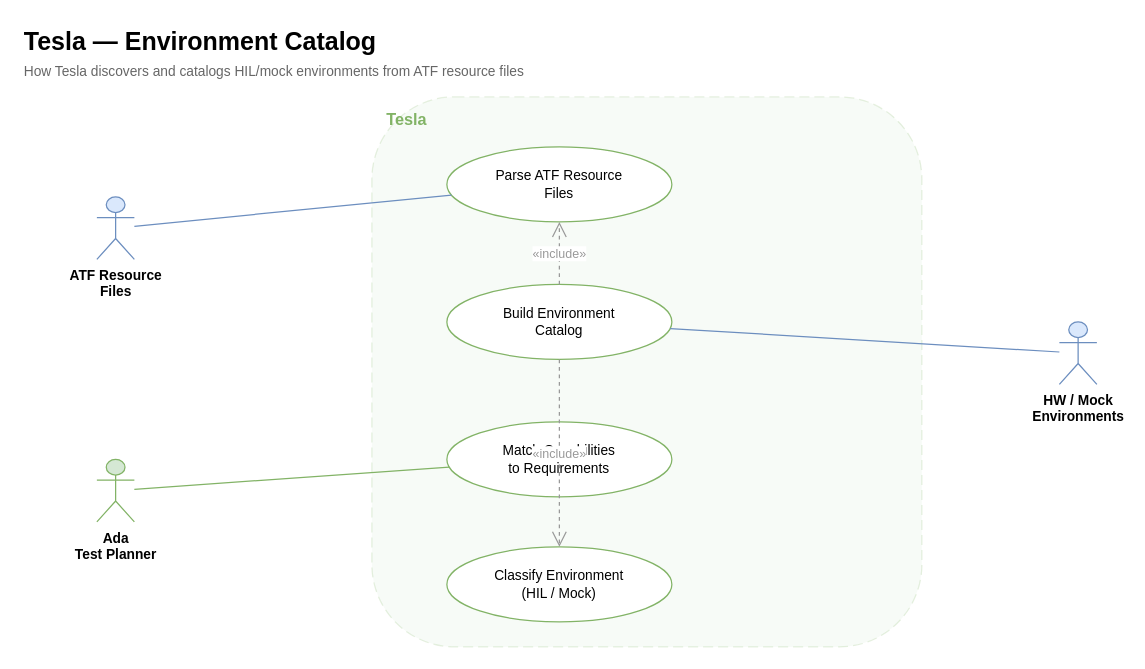
jmac-cornelis/agent-workforce keeps this draw.io diagram as page "1 — Environment Catalog" (1 of 4) of docs/diagrams/workforce/TESLA_USE_CASE.drawio. Above is the earlier version. Source tidied: cells renumbered, new cells numbered last; positions are measured from the earlier drawing's top-left corner, leaving out a move shared by most shapes. Both pictures are drawn from the tidied source at 125%, with x=0, y=0 at pixel (21, 21).
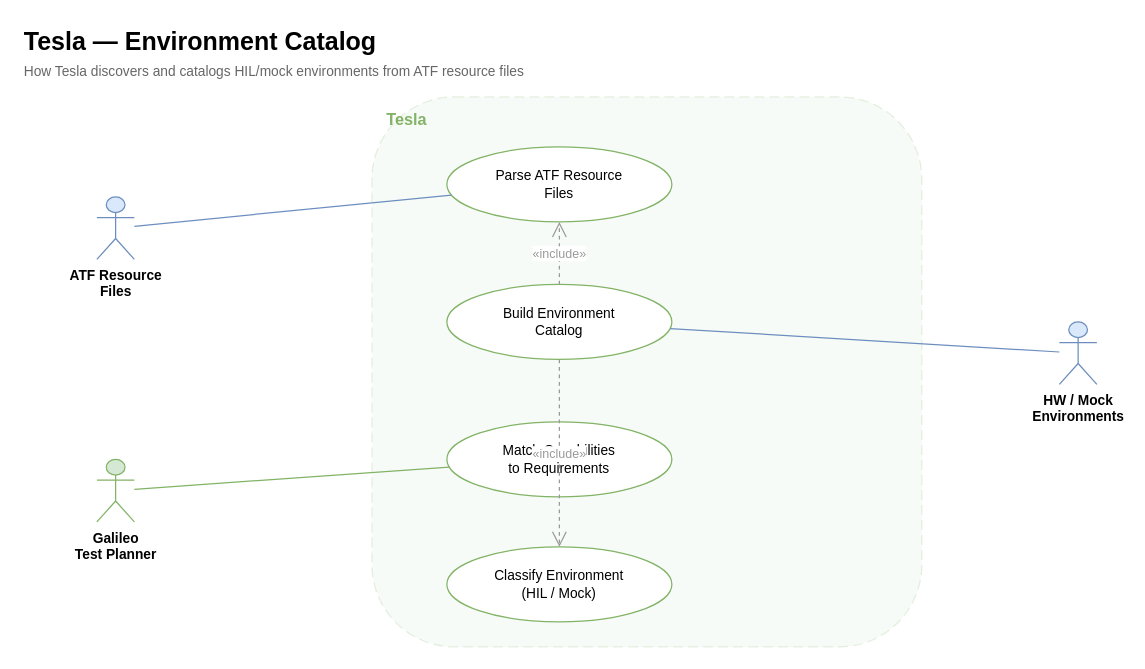
After the change.

Diff of the diagram source:
```diff
@@
 <mxGraphModel>
   <root>
     <mxCell id="0" />
     <mxCell id="1" parent="0" />
     <mxCell id="2" value="Tesla — Environment Catalog" style="text;html=1;strokeColor=none;fillColor=none;align=left;verticalAlign=middle;fontSize=20;fontStyle=1;" parent="1" vertex="1">
       <mxGeometry width="400" height="30" as="geometry" />
     </mxCell>
     <mxCell id="3" value="How Tesla discovers and catalogs HIL/mock environments from ATF resource files" style="text;html=1;strokeColor=none;fillColor=none;align=left;verticalAlign=middle;fontSize=11;fontColor=#666666;" parent="1" vertex="1">
       <mxGeometry y="30" width="550" height="20" as="geometry" />
     </mxCell>
     <mxCell id="4" style="rounded=1;whiteSpace=wrap;html=1;fillColor=#d5e8d4;strokeColor=#82b366;opacity=20;dashed=1;dashPattern=8 4;" parent="1" vertex="1">
       <mxGeometry x="280" y="60" width="440" height="440" as="geometry" />
     </mxCell>
     <mxCell id="5" value="Tesla" style="text;html=1;strokeColor=none;fillColor=none;align=left;verticalAlign=middle;fontSize=13;fontStyle=1;fontColor=#82b366;" parent="1" vertex="1">
       <mxGeometry x="290" y="65" width="120" height="25" as="geometry" />
     </mxCell>
     <mxCell id="6" value="ATF Resource&lt;br&gt;Files" style="shape=umlActor;verticalLabelPosition=bottom;verticalAlign=top;html=1;outlineConnect=0;fontSize=11;fontStyle=1;fillColor=#dae8fc;strokeColor=#6c8ebf;" parent="1" vertex="1">
       <mxGeometry x="60" y="140" width="30" height="50" as="geometry" />
     </mxCell>
-    <mxCell id="7" value="Ada&lt;br&gt;Test Planner" style="shape=umlActor;verticalLabelPosition=bottom;verticalAlign=top;html=1;outlineConnect=0;fontSize=11;fontStyle=1;fillColor=#d5e8d4;strokeColor=#82b366;" parent="1" vertex="1">
+    <mxCell id="7" value="Galileo&lt;br&gt;Test Planner" style="shape=umlActor;verticalLabelPosition=bottom;verticalAlign=top;html=1;outlineConnect=0;fontSize=11;fontStyle=1;fillColor=#d5e8d4;strokeColor=#82b366;" parent="1" vertex="1">
       <mxGeometry x="60" y="350" width="30" height="50" as="geometry" />
     </mxCell>
     <mxCell id="8" value="HW / Mock&lt;br&gt;Environments" style="shape=umlActor;verticalLabelPosition=bottom;verticalAlign=top;html=1;outlineConnect=0;fontSize=11;fontStyle=1;fillColor=#dae8fc;strokeColor=#6c8ebf;" parent="1" vertex="1">
       <mxGeometry x="830" y="240" width="30" height="50" as="geometry" />
     </mxCell>
     <mxCell id="9" value="Parse ATF Resource&lt;br&gt;Files" style="ellipse;whiteSpace=wrap;html=1;fillColor=#ffffff;strokeColor=#82b366;fontSize=11;" parent="1" vertex="1">
       <mxGeometry x="340" y="100" width="180" height="60" as="geometry" />
     </mxCell>
     <mxCell id="10" value="Build Environment&lt;br&gt;Catalog" style="ellipse;whiteSpace=wrap;html=1;fillColor=#ffffff;strokeColor=#82b366;fontSize=11;" parent="1" vertex="1">
       <mxGeometry x="340" y="210" width="180" height="60" as="geometry" />
     </mxCell>
     <mxCell id="11" value="Match Capabilities&lt;br&gt;to Requirements" style="ellipse;whiteSpace=wrap;html=1;fillColor=#ffffff;strokeColor=#82b366;fontSize=11;" parent="1" vertex="1">
       <mxGeometry x="340" y="320" width="180" height="60" as="geometry" />
     </mxCell>
     <mxCell id="12" value="Classify Environment&lt;br&gt;(HIL / Mock)" style="ellipse;whiteSpace=wrap;html=1;fillColor=#ffffff;strokeColor=#82b366;fontSize=11;" parent="1" vertex="1">
       <mxGeometry x="340" y="420" width="180" height="60" as="geometry" />
     </mxCell>
     <mxCell id="13" style="endArrow=none;html=1;strokeColor=#6c8ebf;" parent="1" edge="1" source="6" target="9">
       <mxGeometry relative="1" as="geometry" />
     </mxCell>
     <mxCell id="14" style="endArrow=none;html=1;strokeColor=#82b366;" parent="1" edge="1" source="7" target="11">
       <mxGeometry relative="1" as="geometry" />
     </mxCell>
     <mxCell id="15" style="endArrow=none;html=1;strokeColor=#6c8ebf;" parent="1" edge="1" source="10" target="8">
       <mxGeometry relative="1" as="geometry" />
     </mxCell>
     <mxCell id="16" value="&amp;laquo;include&amp;raquo;" style="endArrow=open;endSize=10;dashed=1;html=1;strokeColor=#999999;fontSize=10;fontColor=#999999;" parent="1" edge="1" source="10" target="9">
       <mxGeometry relative="1" as="geometry" />
     </mxCell>
     <mxCell id="17" value="&amp;laquo;include&amp;raquo;" style="endArrow=open;endSize=10;dashed=1;html=1;strokeColor=#999999;fontSize=10;fontColor=#999999;" parent="1" edge="1" source="10" target="12">
       <mxGeometry relative="1" as="geometry" />
     </mxCell>
   </root>
 </mxGraphModel>
```
